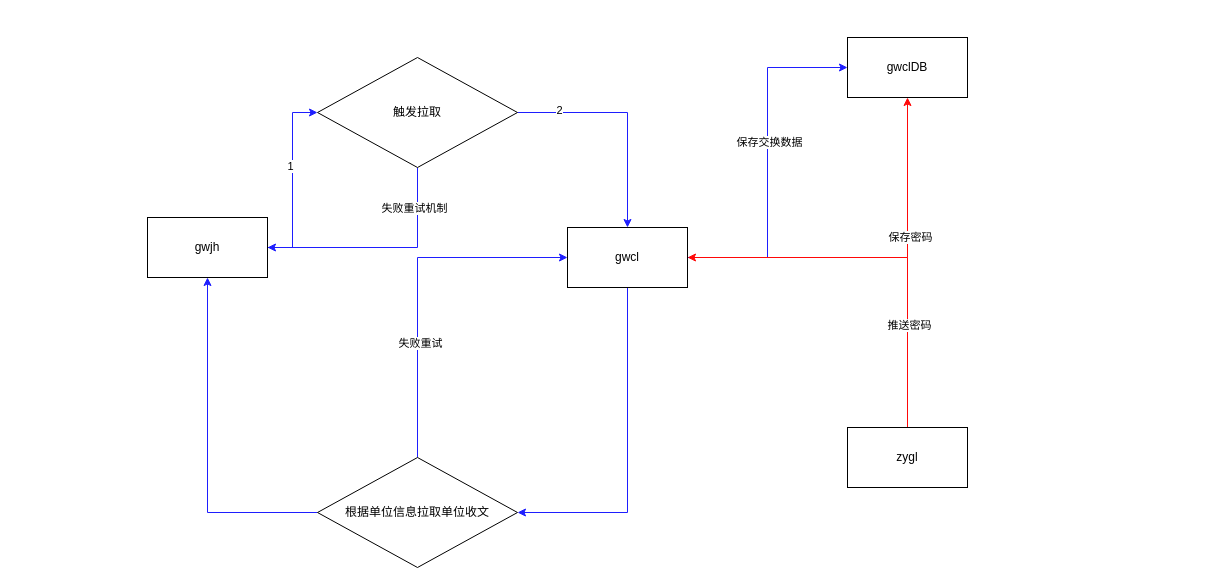
Earlier version of the draw.io diagram 公文交换数据拉取.drawio (ZaoChuan-1024/diagrams). Source tidied: cells renumbered, new cells numbered last; positions are measured from the earlier drawing's top-left corner, leaving out a move shared by most shapes. Both pictures are drawn from the tidied source at 100%, with x=0, y=0 at pixel (147, 37).
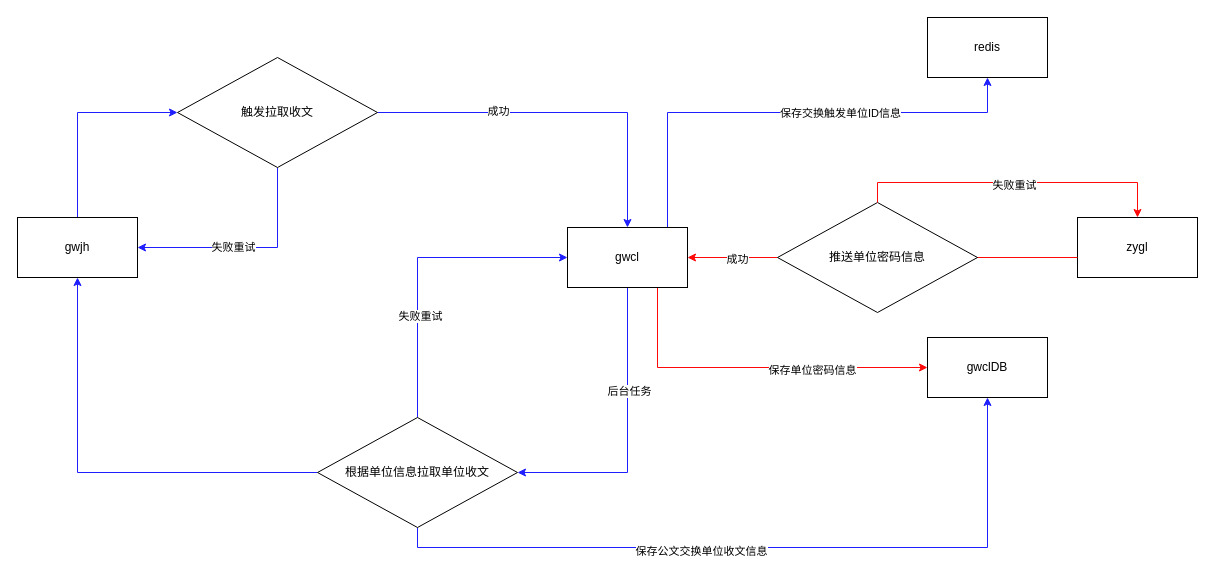
Above is the later version.

Commit message (it also covers changes not shown here):
更新公文交换数据拉取.drawio

The change refers to these unchanged cells:
```xml
<mxCell id="7" style="edgeStyle=orthogonalEdgeStyle;rounded=0;jettySize=auto;html=1;entryX=1;entryY=0.5;entryDx=0;entryDy=0;exitX=0.5;exitY=1;exitDx=0;exitDy=0;strokeColor=#1E1EFE;align=center;verticalAlign=middle;fontFamily=Helvetica;fontSize=11;fontColor=default;labelBackgroundColor=default;endArrow=classic;" parent="1" edge="1" source="10" target="18">
  <mxGeometry relative="1" as="geometry" />
</mxCell>
<mxCell id="10" value="gwcl" style="rounded=0;whiteSpace=wrap;html=1;" parent="1" vertex="1">
  <mxGeometry x="420" y="190" width="120" height="60" as="geometry" />
</mxCell>
<mxCell id="19" style="edgeStyle=orthogonalEdgeStyle;rounded=0;jettySize=auto;html=1;entryX=0.5;entryY=0;entryDx=0;entryDy=0;strokeColor=#1E1EFE;align=center;verticalAlign=middle;fontFamily=Helvetica;fontSize=11;fontColor=default;labelBackgroundColor=default;endArrow=classic;" parent="1" edge="1" source="23" target="10">
  <mxGeometry relative="1" as="geometry" />
</mxCell>
<mxCell id="21" style="edgeStyle=orthogonalEdgeStyle;rounded=0;jettySize=auto;html=1;exitX=0.5;exitY=1;exitDx=0;exitDy=0;entryX=1;entryY=0.5;entryDx=0;entryDy=0;strokeColor=#1E1EFE;align=center;verticalAlign=middle;fontFamily=Helvetica;fontSize=11;fontColor=default;labelBackgroundColor=default;endArrow=classic;" parent="1" edge="1" source="23" target="4">
  <mxGeometry relative="1" as="geometry" />
</mxCell>
```

The edit, as a diff of the source:
```diff
@@
-    <mxCell id="2" style="edgeStyle=orthogonalEdgeStyle;rounded=0;jettySize=auto;html=1;entryX=0;entryY=0.5;entryDx=0;entryDy=0;strokeColor=#1E1EFE;align=center;verticalAlign=middle;fontFamily=Helvetica;fontSize=11;fontColor=default;labelBackgroundColor=default;endArrow=classic;" parent="1" edge="1" source="4" target="23">
+    <mxCell id="2" style="edgeStyle=orthogonalEdgeStyle;rounded=0;jettySize=auto;html=1;entryX=0;entryY=0.5;entryDx=0;entryDy=0;strokeColor=#1E1EFE;align=center;verticalAlign=middle;fontFamily=Helvetica;fontSize=11;fontColor=default;labelBackgroundColor=default;endArrow=classic;exitX=0.5;exitY=0;exitDx=0;exitDy=0;" parent="1" edge="1" source="4" target="23">
       <mxGeometry relative="1" as="geometry" />
     </mxCell>
-    <mxCell id="3" value="1" style="edgeLabel;html=1;align=center;verticalAlign=middle;" parent="2" vertex="1">
-      <mxGeometry x="0.16" y="3" relative="1" as="geometry" />
-    </mxCell>
     <mxCell id="4" value="gwjh" style="rounded=0;whiteSpace=wrap;html=1;" parent="1" vertex="1">
-      <mxGeometry y="180" width="120" height="60" as="geometry" />
+      <mxGeometry x="-130" y="180" width="120" height="60" as="geometry" />
     </mxCell>
-    <mxCell id="5" style="edgeStyle=orthogonalEdgeStyle;rounded=0;jettySize=auto;html=1;entryX=0.5;entryY=1;entryDx=0;entryDy=0;exitX=1;exitY=0.5;exitDx=0;exitDy=0;strokeColor=#FF0808;align=center;verticalAlign=middle;fontFamily=Helvetica;fontSize=11;fontColor=#000000;labelBackgroundColor=default;endArrow=classic;" parent="1" edge="1" source="10" target="14">
-      <mxGeometry relative="1" as="geometry" />
-    </mxCell>
-    <mxCell id="6" value="保存密码" style="edgeLabel;html=1;align=center;verticalAlign=middle;rounded=0;strokeColor=#FF0808;fontFamily=Helvetica;fontSize=11;fontColor=#000000;labelBackgroundColor=default;" parent="5" vertex="1">
-      <mxGeometry x="0.27" y="-2" relative="1" as="geometry" />
-    </mxCell>
@@
-    <mxCell id="8" style="edgeStyle=orthogonalEdgeStyle;rounded=0;jettySize=auto;html=1;entryX=0;entryY=0.5;entryDx=0;entryDy=0;strokeColor=#1E1EFE;align=center;verticalAlign=middle;fontFamily=Helvetica;fontSize=11;fontColor=default;labelBackgroundColor=default;endArrow=classic;" parent="1" edge="1" source="10" target="14">
-      <mxGeometry relative="1" as="geometry" />
-    </mxCell>
-    <mxCell id="9" value="保存交换数据" style="edgeLabel;html=1;align=center;verticalAlign=middle;" parent="8" vertex="1">
-      <mxGeometry x="0.12" y="-1" relative="1" as="geometry" />
-    </mxCell>
+    <mxCell id="24" value="后台任务" style="edgeLabel;html=1;align=center;verticalAlign=middle;" parent="7" vertex="1">
+      <mxGeometry x="-0.3" y="1" relative="1" as="geometry" />
+    </mxCell>
+    <mxCell id="25" style="edgeStyle=orthogonalEdgeStyle;rounded=0;jettySize=auto;html=1;strokeColor=#1E1EFE;align=center;verticalAlign=middle;fontFamily=Helvetica;fontSize=11;fontColor=default;labelBackgroundColor=default;endArrow=classic;exitX=0.75;exitY=0;exitDx=0;exitDy=0;" parent="1" edge="1" source="10" target="35">
+      <mxGeometry relative="1" as="geometry">
+        <Array as="points">
+          <mxPoint x="520" y="190" />
+          <mxPoint x="520" y="75" />
+          <mxPoint x="840" y="75" />
+        </Array>
+      </mxGeometry>
+    </mxCell>
+    <mxCell id="26" value="保存交换触发单位ID信息" style="edgeLabel;html=1;align=center;verticalAlign=middle;" parent="25" vertex="1">
+      <mxGeometry x="-0.04" y="1" relative="1" as="geometry">
+        <mxPoint x="67" y="1" as="offset" />
+      </mxGeometry>
+    </mxCell>
+    <mxCell id="27" style="edgeStyle=orthogonalEdgeStyle;rounded=0;jettySize=auto;html=1;entryX=0;entryY=0.5;entryDx=0;entryDy=0;exitX=0.75;exitY=1;exitDx=0;exitDy=0;strokeColor=#FF0808;align=center;verticalAlign=middle;fontFamily=Helvetica;fontSize=11;fontColor=#000000;labelBackgroundColor=default;endArrow=classic;" parent="1" edge="1" source="10" target="14">
+      <mxGeometry relative="1" as="geometry" />
+    </mxCell>
+    <mxCell id="28" value="保存单位密码信息" style="edgeLabel;html=1;align=center;verticalAlign=middle;" parent="27" vertex="1">
+      <mxGeometry x="0.15" y="-2" relative="1" as="geometry">
+        <mxPoint x="33" as="offset" />
+      </mxGeometry>
+    </mxCell>
@@
-    <mxCell id="11" style="edgeStyle=orthogonalEdgeStyle;rounded=0;jettySize=auto;html=1;entryX=1;entryY=0.5;entryDx=0;entryDy=0;fontColor=#000000;strokeColor=#FF0808;" parent="1" edge="1" source="13" target="10">
-      <mxGeometry relative="1" as="geometry">
-        <Array as="points">
-          <mxPoint x="760" y="220" />
-        </Array>
-      </mxGeometry>
+    <mxCell id="11" style="edgeStyle=orthogonalEdgeStyle;rounded=0;jettySize=auto;html=1;entryX=1;entryY=0.5;entryDx=0;entryDy=0;fontColor=#000000;strokeColor=#FF0808;" parent="1" edge="1" source="37" target="10">
+      <mxGeometry relative="1" as="geometry" />
     </mxCell>
-    <mxCell id="12" value="推送密码" style="edgeLabel;html=1;align=center;verticalAlign=middle;" parent="11" vertex="1">
-      <mxGeometry x="-0.47" y="-1" relative="1" as="geometry" />
-    </mxCell>
+    <mxCell id="29" value="成功" style="edgeLabel;html=1;align=center;verticalAlign=middle;" parent="11" vertex="1">
+      <mxGeometry x="-0.09" y="1" relative="1" as="geometry" />
+    </mxCell>
     <mxCell id="13" value="zygl" style="rounded=0;whiteSpace=wrap;html=1;" parent="1" vertex="1">
-      <mxGeometry x="700" y="390" width="120" height="60" as="geometry" />
+      <mxGeometry x="930" y="180" width="120" height="60" as="geometry" />
     </mxCell>
     <mxCell id="14" value="gwclDB" style="rounded=0;whiteSpace=wrap;html=1;" parent="1" vertex="1">
-      <mxGeometry x="700" width="120" height="60" as="geometry" />
+      <mxGeometry x="780" y="300" width="120" height="60" as="geometry" />
     </mxCell>
@@
+    <mxCell id="30" style="edgeStyle=orthogonalEdgeStyle;rounded=0;jettySize=auto;html=1;entryX=0.5;entryY=1;entryDx=0;entryDy=0;strokeColor=#1E1EFE;align=center;verticalAlign=middle;fontFamily=Helvetica;fontSize=11;fontColor=default;labelBackgroundColor=default;endArrow=classic;exitX=0.5;exitY=1;exitDx=0;exitDy=0;" parent="1" edge="1" source="18" target="14">
+      <mxGeometry relative="1" as="geometry" />
+    </mxCell>
+    <mxCell id="31" value="保存公文交换单位收文信息" style="edgeLabel;html=1;align=center;verticalAlign=middle;" parent="30" vertex="1">
+      <mxGeometry x="-0.18" y="-3" relative="1" as="geometry" />
+    </mxCell>
     <mxCell id="18" value="根据单位信息拉取单位收文" style="rhombus;whiteSpace=wrap;html=1;" parent="1" vertex="1">
-      <mxGeometry x="170" y="420" width="200" height="110" as="geometry" />
+      <mxGeometry x="170" y="380" width="200" height="110" as="geometry" />
     </mxCell>
@@
-    <mxCell id="20" value="2" style="edgeLabel;html=1;align=center;verticalAlign=middle;rounded=0;strokeColor=#1E1EFE;fontFamily=Helvetica;fontSize=11;fontColor=default;labelBackgroundColor=default;" parent="19" vertex="1">
-      <mxGeometry x="-0.64" y="3" relative="1" as="geometry" />
-    </mxCell>
+    <mxCell id="32" value="成功" style="edgeLabel;html=1;align=center;verticalAlign=middle;" parent="19" vertex="1">
+      <mxGeometry x="-0.34" y="2" relative="1" as="geometry" />
+    </mxCell>
@@
-    <mxCell id="22" value="失败重试机制" style="edgeLabel;html=1;align=center;verticalAlign=middle;rounded=0;strokeColor=#1E1EFE;fontFamily=Helvetica;fontSize=11;fontColor=default;labelBackgroundColor=default;" parent="21" vertex="1">
-      <mxGeometry x="-0.65" y="-4" relative="1" as="geometry" />
-    </mxCell>
+    <mxCell id="33" style="edgeLabel;html=1;align=center;verticalAlign=middle;" parent="21" vertex="1">
+      <mxGeometry x="-0.03" y="-1" relative="1" as="geometry" />
+    </mxCell>
+    <mxCell id="34" value="失败重试" style="edgeLabel;html=1;align=center;verticalAlign=middle;" parent="21" vertex="1">
+      <mxGeometry x="0.14" y="-1" relative="1" as="geometry" />
+    </mxCell>
-    <mxCell id="23" value="触发拉取" style="rhombus;whiteSpace=wrap;html=1;" parent="1" vertex="1">
-      <mxGeometry x="170" y="20" width="200" height="110" as="geometry" />
+    <mxCell id="23" value="触发拉取收文" style="rhombus;whiteSpace=wrap;html=1;" parent="1" vertex="1">
+      <mxGeometry x="30" y="20" width="200" height="110" as="geometry" />
     </mxCell>
+    <mxCell id="35" value="redis" style="rounded=0;whiteSpace=wrap;html=1;" parent="1" vertex="1">
+      <mxGeometry x="780" y="-20" width="120" height="60" as="geometry" />
+    </mxCell>
+    <mxCell id="36" style="edgeStyle=orthogonalEdgeStyle;rounded=0;jettySize=auto;html=1;entryX=1;entryY=0.5;entryDx=0;entryDy=0;fontColor=#000000;strokeColor=#FF0808;align=center;verticalAlign=middle;fontFamily=Helvetica;fontSize=11;labelBackgroundColor=default;endArrow=classic;" parent="1" edge="1" source="13" target="37">
+      <mxGeometry relative="1" as="geometry">
+        <Array as="points">
+          <mxPoint x="760" y="220" />
+        </Array>
+      </mxGeometry>
+    </mxCell>
+    <mxCell id="37" value="推送单位密码信息" style="rhombus;whiteSpace=wrap;html=1;" parent="1" vertex="1">
+      <mxGeometry x="630" y="165" width="200" height="110" as="geometry" />
+    </mxCell>
+    <mxCell id="38" style="edgeStyle=orthogonalEdgeStyle;rounded=0;jettySize=auto;html=1;entryX=0.5;entryY=0;entryDx=0;entryDy=0;exitX=0.5;exitY=0;exitDx=0;exitDy=0;strokeColor=#FF0808;align=center;verticalAlign=middle;fontFamily=Helvetica;fontSize=11;fontColor=#000000;labelBackgroundColor=default;endArrow=classic;" parent="1" edge="1" source="37" target="13">
+      <mxGeometry relative="1" as="geometry" />
+    </mxCell>
+    <mxCell id="39" value="失败重试" style="edgeLabel;html=1;align=center;verticalAlign=middle;" parent="38" vertex="1">
+      <mxGeometry x="-0.01" y="-2" relative="1" as="geometry" />
+    </mxCell>
```
